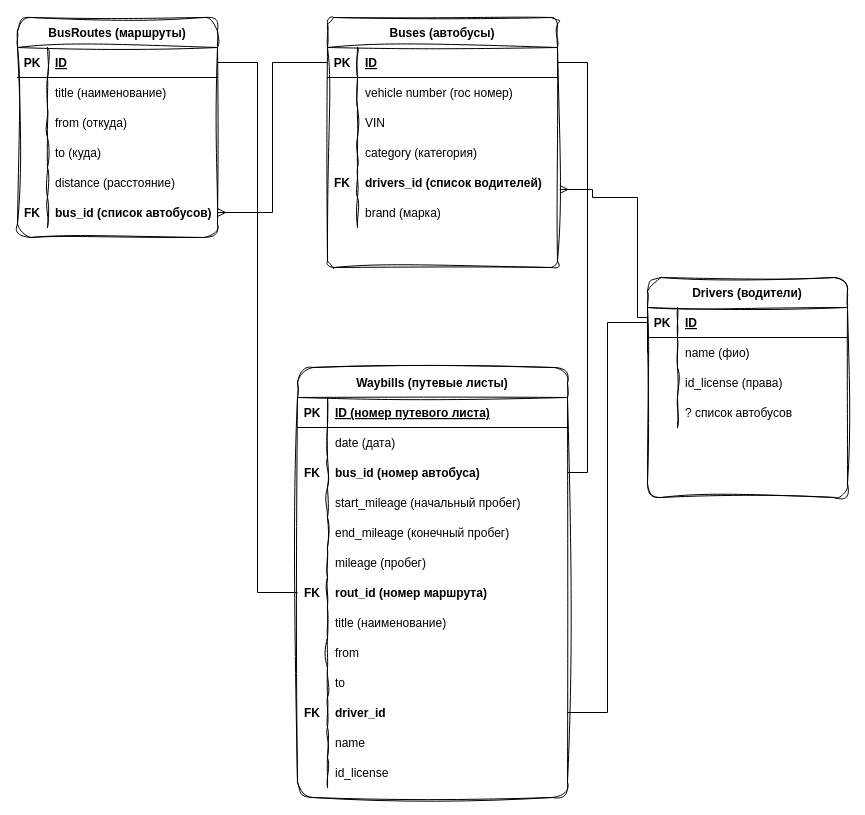
Earlier version of the draw.io diagram Схема БД.drawio (AntonRemenets/transport). Source tidied: cells renumbered, new cells numbered last; positions are measured from the earlier drawing's top-left corner, leaving out a move shared by most shapes. Both pictures are drawn from the tidied source at 100%, with x=0, y=0 at pixel (17, 17).
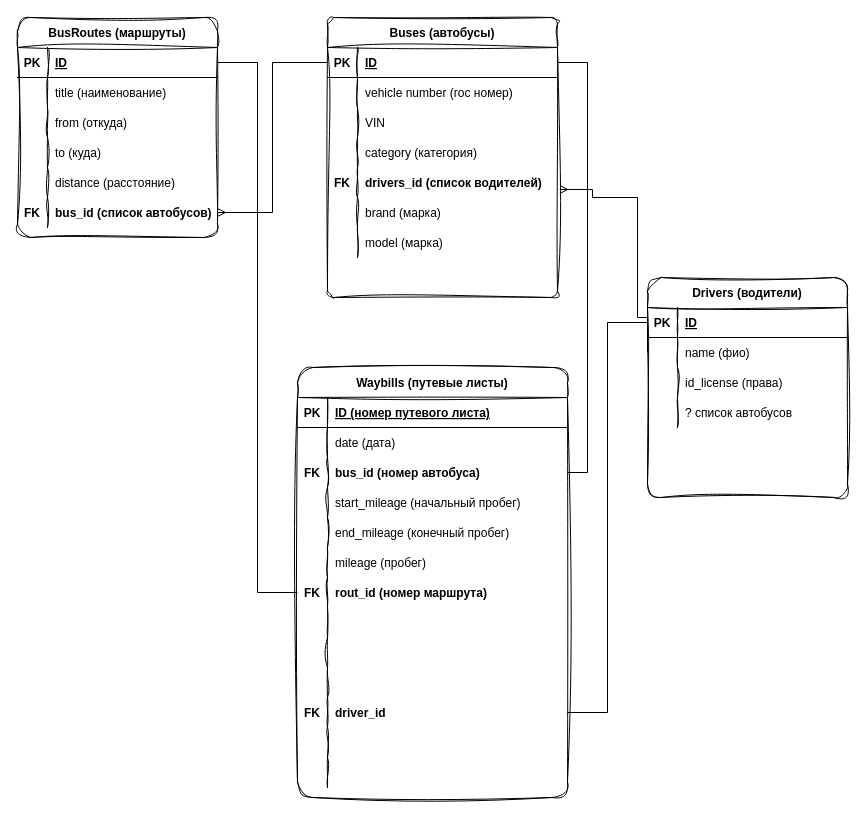
The same page after the edit.

Unchanged cells that the change refers to:
```xml
<mxCell id="78" style="shape=partialRectangle;fillColor=none;top=0;left=0;right=0;bottom=0;" parent="56" vertex="1">
  <mxGeometry y="240" width="270" height="30" as="geometry" />
</mxCell>
<mxCell id="81" style="shape=partialRectangle;fillColor=none;top=0;left=0;right=0;bottom=0;" parent="56" vertex="1">
  <mxGeometry y="270" width="270" height="30" as="geometry" />
</mxCell>
<mxCell id="84" style="shape=partialRectangle;fillColor=none;top=0;left=0;right=0;bottom=0;" parent="56" vertex="1">
  <mxGeometry y="300" width="270" height="30" as="geometry" />
</mxCell>
<mxCell id="90" style="shape=partialRectangle;fillColor=none;top=0;left=0;right=0;bottom=0;" parent="56" vertex="1">
  <mxGeometry y="360" width="270" height="30" as="geometry" />
</mxCell>
<mxCell id="93" style="shape=partialRectangle;fillColor=none;top=0;left=0;right=0;bottom=0;" parent="56" vertex="1">
  <mxGeometry y="390" width="270" height="30" as="geometry" />
</mxCell>
```

Diff of the diagram source:
```diff
@@
     <mxCell id="2" value="Buses (автобусы)" style="shape=table;startSize=30;childLayout=tableLayout;rowLines=0;fontStyle=1;align=center;rounded=1;sketch=1;curveFitting=1;jiggle=2;shadow=0;swimlaneFillColor=default;arcSize=7;" parent="1" vertex="1">
-      <mxGeometry x="310" width="230" height="250" as="geometry" />
+      <mxGeometry x="310" width="230" height="280" as="geometry" />
     </mxCell>
@@
+    <mxCell id="98" style="shape=partialRectangle;fillColor=none;top=0;left=0;right=0;bottom=0;" parent="2" vertex="1">
+      <mxGeometry y="210" width="230" height="30" as="geometry" />
+    </mxCell>
+    <mxCell id="99" style="shape=partialRectangle;overflow=hidden;fillColor=none;top=0;left=0;bottom=0;right=0;fontStyle=1;" parent="98" vertex="1">
+      <mxGeometry width="30" height="30" as="geometry" />
+    </mxCell>
+    <mxCell id="100" value="model (марка)" style="shape=partialRectangle;overflow=hidden;fillColor=none;top=0;left=0;bottom=0;right=0;align=left;spacingLeft=6;fontStyle=0;" parent="98" vertex="1">
+      <mxGeometry x="30" width="200" height="30" as="geometry" />
+    </mxCell>
@@
-    <mxCell id="80" value="title (наименование)" style="shape=partialRectangle;overflow=hidden;fillColor=none;top=0;left=0;bottom=0;right=0;align=left;spacingLeft=6;fontStyle=0;" parent="78" vertex="1">
+    <mxCell id="80" style="shape=partialRectangle;overflow=hidden;fillColor=none;top=0;left=0;bottom=0;right=0;align=left;spacingLeft=6;fontStyle=0;" parent="78" vertex="1">
       <mxGeometry x="30" width="240" height="30" as="geometry" />
     </mxCell>
@@
-    <mxCell id="83" value="from" style="shape=partialRectangle;overflow=hidden;fillColor=none;top=0;left=0;bottom=0;right=0;align=left;spacingLeft=6;" parent="81" vertex="1">
+    <mxCell id="83" style="shape=partialRectangle;overflow=hidden;fillColor=none;top=0;left=0;bottom=0;right=0;align=left;spacingLeft=6;" parent="81" vertex="1">
       <mxGeometry x="30" width="240" height="30" as="geometry" />
     </mxCell>
@@
-    <mxCell id="86" value="to" style="shape=partialRectangle;overflow=hidden;fillColor=none;top=0;left=0;bottom=0;right=0;align=left;spacingLeft=6;" parent="84" vertex="1">
+    <mxCell id="86" style="shape=partialRectangle;overflow=hidden;fillColor=none;top=0;left=0;bottom=0;right=0;align=left;spacingLeft=6;" parent="84" vertex="1">
       <mxGeometry x="30" width="240" height="30" as="geometry" />
     </mxCell>
@@
-    <mxCell id="92" value="name" style="shape=partialRectangle;overflow=hidden;fillColor=none;top=0;left=0;bottom=0;right=0;align=left;spacingLeft=6;fontStyle=0;" parent="90" vertex="1">
+    <mxCell id="92" style="shape=partialRectangle;overflow=hidden;fillColor=none;top=0;left=0;bottom=0;right=0;align=left;spacingLeft=6;fontStyle=0;" parent="90" vertex="1">
       <mxGeometry x="30" width="240" height="30" as="geometry" />
     </mxCell>
@@
-    <mxCell id="95" value="id_license" style="shape=partialRectangle;overflow=hidden;fillColor=none;top=0;left=0;bottom=0;right=0;align=left;spacingLeft=6;fontStyle=0;" parent="93" vertex="1">
+    <mxCell id="95" style="shape=partialRectangle;overflow=hidden;fillColor=none;top=0;left=0;bottom=0;right=0;align=left;spacingLeft=6;fontStyle=0;" parent="93" vertex="1">
       <mxGeometry x="30" width="240" height="30" as="geometry" />
     </mxCell>
```
